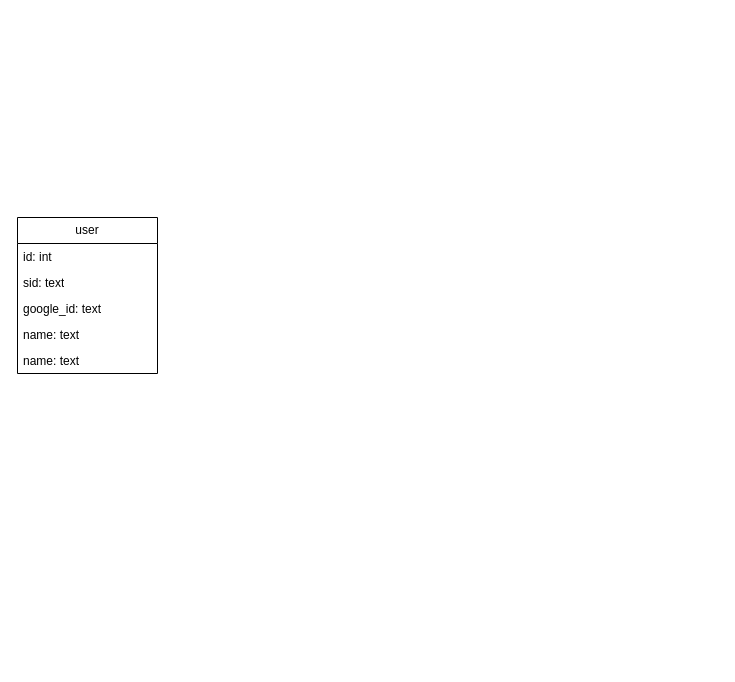
This is database.drawio from codengoo/attendance-be, a draw.io file, before an edit. Source tidied: cells renumbered, new cells numbered last; positions are measured from the earlier drawing's top-left corner, leaving out a move shared by most shapes. Both pictures are drawn from the tidied source at 100%, with x=0, y=0 at pixel (17, 217).
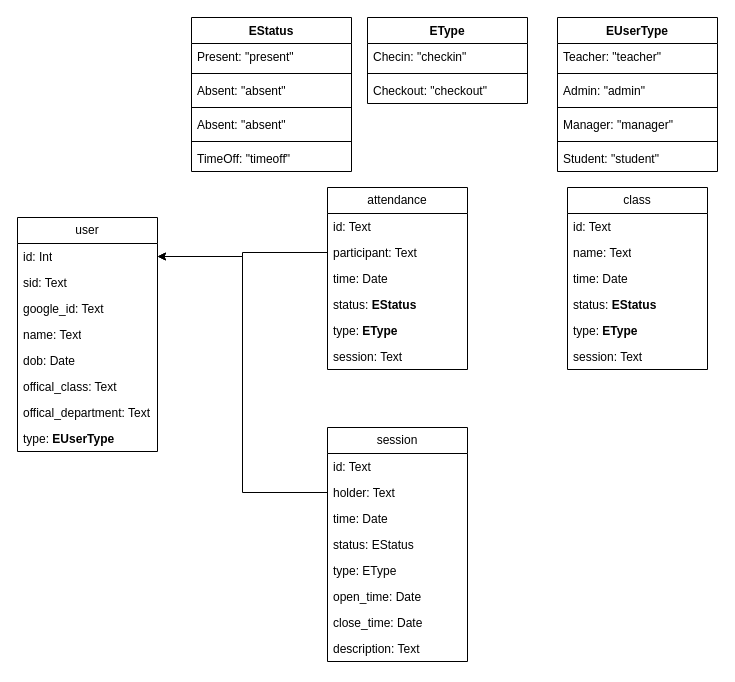
Above is the later version.

What changed in the source:
```diff
@@
     <mxCell id="2" value="user" style="swimlane;fontStyle=0;horizontal=1;startSize=26;fillColor=none;whiteSpace=wrap;html=1;" parent="1" vertex="1">
-      <mxGeometry width="140" height="156" as="geometry" />
+      <mxGeometry width="140" height="234" as="geometry" />
     </mxCell>
-    <mxCell id="3" value="id: int" style="text;strokeColor=none;fillColor=none;align=left;verticalAlign=top;spacingLeft=4;spacingRight=4;overflow=hidden;points=[[0,0.5],[1,0.5]];portConstraint=eastwest;whiteSpace=wrap;html=1;" parent="2" vertex="1">
+    <mxCell id="3" value="id: Int" style="text;strokeColor=none;fillColor=none;align=left;verticalAlign=top;spacingLeft=4;spacingRight=4;overflow=hidden;points=[[0,0.5],[1,0.5]];portConstraint=eastwest;whiteSpace=wrap;html=1;" parent="2" vertex="1">
       <mxGeometry y="26" width="140" height="26" as="geometry" />
     </mxCell>
-    <mxCell id="4" value="sid: text" style="text;strokeColor=none;fillColor=none;align=left;verticalAlign=top;spacingLeft=4;spacingRight=4;overflow=hidden;whiteSpace=wrap;html=1;" parent="2" vertex="1">
+    <mxCell id="4" value="sid: Text" style="text;strokeColor=none;fillColor=none;align=left;verticalAlign=top;spacingLeft=4;spacingRight=4;overflow=hidden;whiteSpace=wrap;html=1;" parent="2" vertex="1">
       <mxGeometry y="52" width="140" height="26" as="geometry" />
     </mxCell>
-    <mxCell id="5" value="google_id: text" style="text;strokeColor=none;fillColor=none;align=left;verticalAlign=top;spacingLeft=4;spacingRight=4;overflow=hidden;whiteSpace=wrap;html=1;" parent="2" vertex="1">
+    <mxCell id="5" value="google_id: Text" style="text;strokeColor=none;fillColor=none;align=left;verticalAlign=top;spacingLeft=4;spacingRight=4;overflow=hidden;whiteSpace=wrap;html=1;" parent="2" vertex="1">
       <mxGeometry y="78" width="140" height="26" as="geometry" />
     </mxCell>
-    <mxCell id="6" value="name: text" style="text;strokeColor=none;fillColor=none;align=left;verticalAlign=top;spacingLeft=4;spacingRight=4;overflow=hidden;whiteSpace=wrap;html=1;" parent="2" vertex="1">
+    <mxCell id="6" value="name: Text" style="text;strokeColor=none;fillColor=none;align=left;verticalAlign=top;spacingLeft=4;spacingRight=4;overflow=hidden;whiteSpace=wrap;html=1;" parent="2" vertex="1">
       <mxGeometry y="104" width="140" height="26" as="geometry" />
     </mxCell>
-    <mxCell id="7" value="name: text" style="text;strokeColor=none;fillColor=none;align=left;verticalAlign=top;spacingLeft=4;spacingRight=4;overflow=hidden;whiteSpace=wrap;html=1;" parent="2" vertex="1">
+    <mxCell id="7" value="dob: Date" style="text;strokeColor=none;fillColor=none;align=left;verticalAlign=top;spacingLeft=4;spacingRight=4;overflow=hidden;whiteSpace=wrap;html=1;" parent="2" vertex="1">
       <mxGeometry y="130" width="140" height="26" as="geometry" />
     </mxCell>
+    <mxCell id="8" value="offical_class: Text" style="text;strokeColor=none;fillColor=none;align=left;verticalAlign=top;spacingLeft=4;spacingRight=4;overflow=hidden;whiteSpace=wrap;html=1;" parent="2" vertex="1">
+      <mxGeometry y="156" width="140" height="26" as="geometry" />
+    </mxCell>
+    <mxCell id="9" value="offical_department: Text" style="text;strokeColor=none;fillColor=none;align=left;verticalAlign=top;spacingLeft=4;spacingRight=4;overflow=hidden;whiteSpace=wrap;html=1;" parent="2" vertex="1">
+      <mxGeometry y="182" width="140" height="26" as="geometry" />
+    </mxCell>
+    <mxCell id="10" value="type:&amp;nbsp;&lt;span style=&quot;font-weight: 700; text-align: center;&quot;&gt;EUserType&lt;/span&gt;" style="text;strokeColor=none;fillColor=none;align=left;verticalAlign=top;spacingLeft=4;spacingRight=4;overflow=hidden;whiteSpace=wrap;html=1;" parent="2" vertex="1">
+      <mxGeometry y="208" width="140" height="26" as="geometry" />
+    </mxCell>
+    <mxCell id="11" value="attendance" style="swimlane;fontStyle=0;horizontal=1;startSize=26;fillColor=none;whiteSpace=wrap;html=1;" parent="1" vertex="1">
+      <mxGeometry x="310" y="-30" width="140" height="182" as="geometry" />
+    </mxCell>
+    <mxCell id="12" value="id: Text" style="text;strokeColor=none;fillColor=none;align=left;verticalAlign=top;spacingLeft=4;spacingRight=4;overflow=hidden;whiteSpace=wrap;html=1;" parent="11" vertex="1">
+      <mxGeometry y="26" width="140" height="26" as="geometry" />
+    </mxCell>
+    <mxCell id="13" value="participant: Text" style="text;strokeColor=none;fillColor=none;align=left;verticalAlign=top;spacingLeft=4;spacingRight=4;overflow=hidden;points=[[0,0.5],[1,0.5]];portConstraint=eastwest;whiteSpace=wrap;html=1;" parent="11" vertex="1">
+      <mxGeometry y="52" width="140" height="26" as="geometry" />
+    </mxCell>
+    <mxCell id="14" value="time: Date" style="text;strokeColor=none;fillColor=none;align=left;verticalAlign=top;spacingLeft=4;spacingRight=4;overflow=hidden;whiteSpace=wrap;html=1;" parent="11" vertex="1">
+      <mxGeometry y="78" width="140" height="26" as="geometry" />
+    </mxCell>
+    <mxCell id="15" value="status: &lt;b&gt;EStatus&lt;/b&gt;" style="text;strokeColor=none;fillColor=none;align=left;verticalAlign=top;spacingLeft=4;spacingRight=4;overflow=hidden;whiteSpace=wrap;html=1;" parent="11" vertex="1">
+      <mxGeometry y="104" width="140" height="26" as="geometry" />
+    </mxCell>
+    <mxCell id="16" value="type: &lt;b&gt;EType&lt;/b&gt;" style="text;strokeColor=none;fillColor=none;align=left;verticalAlign=top;spacingLeft=4;spacingRight=4;overflow=hidden;whiteSpace=wrap;html=1;" parent="11" vertex="1">
+      <mxGeometry y="130" width="140" height="26" as="geometry" />
+    </mxCell>
+    <mxCell id="17" value="session: Text" style="text;strokeColor=none;fillColor=none;align=left;verticalAlign=top;spacingLeft=4;spacingRight=4;overflow=hidden;whiteSpace=wrap;html=1;" parent="11" vertex="1">
+      <mxGeometry y="156" width="140" height="26" as="geometry" />
+    </mxCell>
+    <mxCell id="18" style="edgeStyle=orthogonalEdgeStyle;rounded=0;jettySize=auto;html=1;entryX=1;entryY=0.5;entryDx=0;entryDy=0;" parent="1" edge="1" source="13" target="3">
+      <mxGeometry relative="1" as="geometry" />
+    </mxCell>
+    <mxCell id="19" value="EStatus" style="swimlane;fontStyle=1;align=center;verticalAlign=top;horizontal=1;startSize=26;whiteSpace=wrap;html=1;" parent="1" vertex="1">
+      <mxGeometry x="174" y="-200" width="160" height="154" as="geometry" />
+    </mxCell>
+    <mxCell id="20" value="Present: &quot;present&quot;" style="text;strokeColor=none;fillColor=none;align=left;verticalAlign=top;spacingLeft=4;spacingRight=4;overflow=hidden;whiteSpace=wrap;html=1;" parent="19" vertex="1">
+      <mxGeometry y="26" width="160" height="26" as="geometry" />
+    </mxCell>
+    <mxCell id="21" style="line;strokeWidth=1;fillColor=none;align=left;verticalAlign=middle;spacingTop=-1;spacingLeft=3;spacingRight=3;labelPosition=right;strokeColor=inherit;" parent="19" vertex="1">
+      <mxGeometry y="52" width="160" height="8" as="geometry" />
+    </mxCell>
+    <mxCell id="22" value="Absent: &quot;absent&quot;" style="text;strokeColor=none;fillColor=none;align=left;verticalAlign=top;spacingLeft=4;spacingRight=4;overflow=hidden;whiteSpace=wrap;html=1;" parent="19" vertex="1">
+      <mxGeometry y="60" width="160" height="26" as="geometry" />
+    </mxCell>
+    <mxCell id="23" style="line;strokeWidth=1;fillColor=none;align=left;verticalAlign=middle;spacingTop=-1;spacingLeft=3;spacingRight=3;labelPosition=right;strokeColor=inherit;" parent="19" vertex="1">
+      <mxGeometry y="86" width="160" height="8" as="geometry" />
+    </mxCell>
+    <mxCell id="24" value="Absent: &quot;absent&quot;" style="text;strokeColor=none;fillColor=none;align=left;verticalAlign=top;spacingLeft=4;spacingRight=4;overflow=hidden;whiteSpace=wrap;html=1;" parent="19" vertex="1">
+      <mxGeometry y="94" width="160" height="26" as="geometry" />
+    </mxCell>
+    <mxCell id="25" style="line;strokeWidth=1;fillColor=none;align=left;verticalAlign=middle;spacingTop=-1;spacingLeft=3;spacingRight=3;labelPosition=right;strokeColor=inherit;" parent="19" vertex="1">
+      <mxGeometry y="120" width="160" height="8" as="geometry" />
+    </mxCell>
+    <mxCell id="26" value="TimeOff: &quot;timeoff&quot;" style="text;strokeColor=none;fillColor=none;align=left;verticalAlign=top;spacingLeft=4;spacingRight=4;overflow=hidden;whiteSpace=wrap;html=1;" parent="19" vertex="1">
+      <mxGeometry y="128" width="160" height="26" as="geometry" />
+    </mxCell>
+    <mxCell id="27" value="EType" style="swimlane;fontStyle=1;align=center;verticalAlign=top;horizontal=1;startSize=26;whiteSpace=wrap;html=1;" parent="1" vertex="1">
+      <mxGeometry x="350" y="-200" width="160" height="86" as="geometry" />
+    </mxCell>
+    <mxCell id="28" value="Checin: &quot;checkin&quot;" style="text;strokeColor=none;fillColor=none;align=left;verticalAlign=top;spacingLeft=4;spacingRight=4;overflow=hidden;whiteSpace=wrap;html=1;" parent="27" vertex="1">
+      <mxGeometry y="26" width="160" height="26" as="geometry" />
+    </mxCell>
+    <mxCell id="29" style="line;strokeWidth=1;fillColor=none;align=left;verticalAlign=middle;spacingTop=-1;spacingLeft=3;spacingRight=3;labelPosition=right;strokeColor=inherit;" parent="27" vertex="1">
+      <mxGeometry y="52" width="160" height="8" as="geometry" />
+    </mxCell>
+    <mxCell id="30" value="Checkout: &quot;checkout&quot;" style="text;strokeColor=none;fillColor=none;align=left;verticalAlign=top;spacingLeft=4;spacingRight=4;overflow=hidden;whiteSpace=wrap;html=1;" parent="27" vertex="1">
+      <mxGeometry y="60" width="160" height="26" as="geometry" />
+    </mxCell>
+    <mxCell id="31" value="session" style="swimlane;fontStyle=0;horizontal=1;startSize=26;fillColor=none;whiteSpace=wrap;html=1;" parent="1" vertex="1">
+      <mxGeometry x="310" y="210" width="140" height="234" as="geometry" />
+    </mxCell>
+    <mxCell id="32" value="id: Text" style="text;strokeColor=none;fillColor=none;align=left;verticalAlign=top;spacingLeft=4;spacingRight=4;overflow=hidden;whiteSpace=wrap;html=1;" parent="31" vertex="1">
+      <mxGeometry y="26" width="140" height="26" as="geometry" />
+    </mxCell>
+    <mxCell id="33" value="holder: Text" style="text;strokeColor=none;fillColor=none;align=left;verticalAlign=top;spacingLeft=4;spacingRight=4;overflow=hidden;points=[[0,0.5],[1,0.5]];portConstraint=eastwest;whiteSpace=wrap;html=1;" parent="31" vertex="1">
+      <mxGeometry y="52" width="140" height="26" as="geometry" />
+    </mxCell>
+    <mxCell id="34" value="time: Date" style="text;strokeColor=none;fillColor=none;align=left;verticalAlign=top;spacingLeft=4;spacingRight=4;overflow=hidden;whiteSpace=wrap;html=1;" parent="31" vertex="1">
+      <mxGeometry y="78" width="140" height="26" as="geometry" />
+    </mxCell>
+    <mxCell id="35" value="status: EStatus" style="text;strokeColor=none;fillColor=none;align=left;verticalAlign=top;spacingLeft=4;spacingRight=4;overflow=hidden;whiteSpace=wrap;html=1;" parent="31" vertex="1">
+      <mxGeometry y="104" width="140" height="26" as="geometry" />
+    </mxCell>
+    <mxCell id="36" value="type: EType" style="text;strokeColor=none;fillColor=none;align=left;verticalAlign=top;spacingLeft=4;spacingRight=4;overflow=hidden;whiteSpace=wrap;html=1;" parent="31" vertex="1">
+      <mxGeometry y="130" width="140" height="26" as="geometry" />
+    </mxCell>
+    <mxCell id="37" value="open_time: Date" style="text;strokeColor=none;fillColor=none;align=left;verticalAlign=top;spacingLeft=4;spacingRight=4;overflow=hidden;whiteSpace=wrap;html=1;" parent="31" vertex="1">
+      <mxGeometry y="156" width="140" height="26" as="geometry" />
+    </mxCell>
+    <mxCell id="38" value="close_time: Date" style="text;strokeColor=none;fillColor=none;align=left;verticalAlign=top;spacingLeft=4;spacingRight=4;overflow=hidden;whiteSpace=wrap;html=1;" parent="31" vertex="1">
+      <mxGeometry y="182" width="140" height="26" as="geometry" />
+    </mxCell>
+    <mxCell id="39" value="description: Text" style="text;strokeColor=none;fillColor=none;align=left;verticalAlign=top;spacingLeft=4;spacingRight=4;overflow=hidden;whiteSpace=wrap;html=1;" parent="31" vertex="1">
+      <mxGeometry y="208" width="140" height="26" as="geometry" />
+    </mxCell>
+    <mxCell id="40" value="EUserType" style="swimlane;fontStyle=1;align=center;verticalAlign=top;horizontal=1;startSize=26;whiteSpace=wrap;html=1;" parent="1" vertex="1">
+      <mxGeometry x="540" y="-200" width="160" height="154" as="geometry" />
+    </mxCell>
+    <mxCell id="41" value="Teacher: &quot;teacher&quot;" style="text;strokeColor=none;fillColor=none;align=left;verticalAlign=top;spacingLeft=4;spacingRight=4;overflow=hidden;whiteSpace=wrap;html=1;" parent="40" vertex="1">
+      <mxGeometry y="26" width="160" height="26" as="geometry" />
+    </mxCell>
+    <mxCell id="42" style="line;strokeWidth=1;fillColor=none;align=left;verticalAlign=middle;spacingTop=-1;spacingLeft=3;spacingRight=3;labelPosition=right;strokeColor=inherit;" parent="40" vertex="1">
+      <mxGeometry y="52" width="160" height="8" as="geometry" />
+    </mxCell>
+    <mxCell id="43" value="Admin: &quot;admin&quot;" style="text;strokeColor=none;fillColor=none;align=left;verticalAlign=top;spacingLeft=4;spacingRight=4;overflow=hidden;whiteSpace=wrap;html=1;" parent="40" vertex="1">
+      <mxGeometry y="60" width="160" height="26" as="geometry" />
+    </mxCell>
+    <mxCell id="44" style="line;strokeWidth=1;fillColor=none;align=left;verticalAlign=middle;spacingTop=-1;spacingLeft=3;spacingRight=3;labelPosition=right;strokeColor=inherit;" parent="40" vertex="1">
+      <mxGeometry y="86" width="160" height="8" as="geometry" />
+    </mxCell>
+    <mxCell id="45" value="Manager: &quot;manager&quot;" style="text;strokeColor=none;fillColor=none;align=left;verticalAlign=top;spacingLeft=4;spacingRight=4;overflow=hidden;whiteSpace=wrap;html=1;" parent="40" vertex="1">
+      <mxGeometry y="94" width="160" height="26" as="geometry" />
+    </mxCell>
+    <mxCell id="46" style="line;strokeWidth=1;fillColor=none;align=left;verticalAlign=middle;spacingTop=-1;spacingLeft=3;spacingRight=3;labelPosition=right;strokeColor=inherit;" parent="40" vertex="1">
+      <mxGeometry y="120" width="160" height="8" as="geometry" />
+    </mxCell>
+    <mxCell id="47" value="Student: &quot;student&quot;" style="text;strokeColor=none;fillColor=none;align=left;verticalAlign=top;spacingLeft=4;spacingRight=4;overflow=hidden;whiteSpace=wrap;html=1;" parent="40" vertex="1">
+      <mxGeometry y="128" width="160" height="26" as="geometry" />
+    </mxCell>
+    <mxCell id="48" style="edgeStyle=orthogonalEdgeStyle;rounded=0;jettySize=auto;html=1;entryX=1;entryY=0.5;entryDx=0;entryDy=0;" parent="1" edge="1" source="33" target="3">
+      <mxGeometry relative="1" as="geometry" />
+    </mxCell>
+    <mxCell id="49" value="class" style="swimlane;fontStyle=0;horizontal=1;startSize=26;fillColor=none;whiteSpace=wrap;html=1;" parent="1" vertex="1">
+      <mxGeometry x="550" y="-30" width="140" height="182" as="geometry" />
+    </mxCell>
+    <mxCell id="50" value="id: Text" style="text;strokeColor=none;fillColor=none;align=left;verticalAlign=top;spacingLeft=4;spacingRight=4;overflow=hidden;whiteSpace=wrap;html=1;" parent="49" vertex="1">
+      <mxGeometry y="26" width="140" height="26" as="geometry" />
+    </mxCell>
+    <mxCell id="51" value="name: Text" style="text;strokeColor=none;fillColor=none;align=left;verticalAlign=top;spacingLeft=4;spacingRight=4;overflow=hidden;whiteSpace=wrap;html=1;" parent="49" vertex="1">
+      <mxGeometry y="52" width="140" height="26" as="geometry" />
+    </mxCell>
+    <mxCell id="52" value="time: Date" style="text;strokeColor=none;fillColor=none;align=left;verticalAlign=top;spacingLeft=4;spacingRight=4;overflow=hidden;whiteSpace=wrap;html=1;" parent="49" vertex="1">
+      <mxGeometry y="78" width="140" height="26" as="geometry" />
+    </mxCell>
+    <mxCell id="53" value="status: &lt;b&gt;EStatus&lt;/b&gt;" style="text;strokeColor=none;fillColor=none;align=left;verticalAlign=top;spacingLeft=4;spacingRight=4;overflow=hidden;whiteSpace=wrap;html=1;" parent="49" vertex="1">
+      <mxGeometry y="104" width="140" height="26" as="geometry" />
+    </mxCell>
+    <mxCell id="54" value="type: &lt;b&gt;EType&lt;/b&gt;" style="text;strokeColor=none;fillColor=none;align=left;verticalAlign=top;spacingLeft=4;spacingRight=4;overflow=hidden;whiteSpace=wrap;html=1;" parent="49" vertex="1">
+      <mxGeometry y="130" width="140" height="26" as="geometry" />
+    </mxCell>
+    <mxCell id="55" value="session: Text" style="text;strokeColor=none;fillColor=none;align=left;verticalAlign=top;spacingLeft=4;spacingRight=4;overflow=hidden;whiteSpace=wrap;html=1;" parent="49" vertex="1">
+      <mxGeometry y="156" width="140" height="26" as="geometry" />
+    </mxCell>
```
